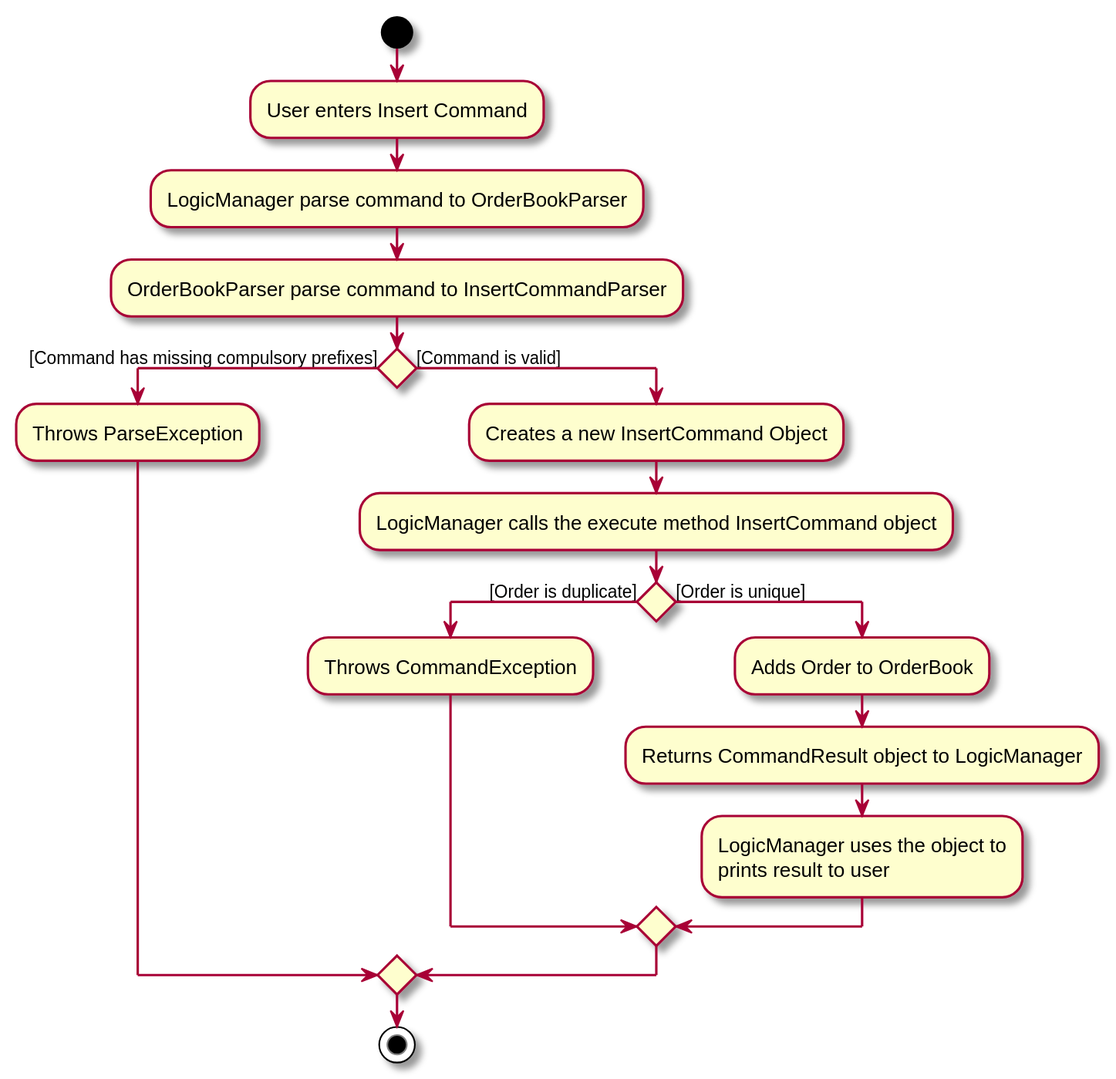
Before: docs/images/InsertActivityDiagram.svg, a diagram exported from PlantUML (nus-cs2103-AY1920S2/addressbook-level3).
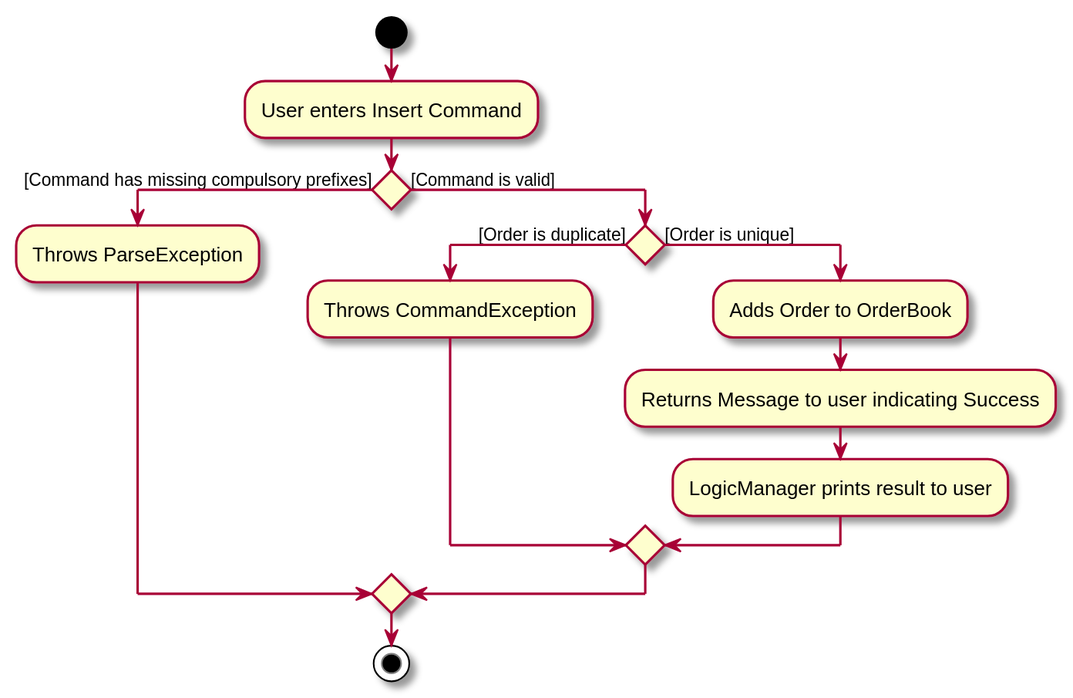
After the commit.

Diff of the diagram source:
```diff
@@ -1,24 +1,21 @@
 @startuml
 start
 :User enters Insert Command;
-:LogicManager parse command to OrderBookParser;
-:OrderBookParser parse command to InsertCommandParser;
+
 
 If () then ([Command has missing compulsory prefixes])
     :Throws ParseException;
+
     else ([Command is valid])
 
-        :Creates a new InsertCommand Object;
-        :LogicManager calls the execute method InsertCommand object;
 
     If () then ([Order is duplicate])
     :Throws CommandException;
 
     else ([Order is unique])
         :Adds Order to OrderBook;
-        :Returns CommandResult object to LogicManager;
-        :LogicManager uses the object to
-        prints result to user;
+        :Returns Message to user indicating Success;
+        :LogicManager prints result to user;
         endif
         endif
 stop
```
